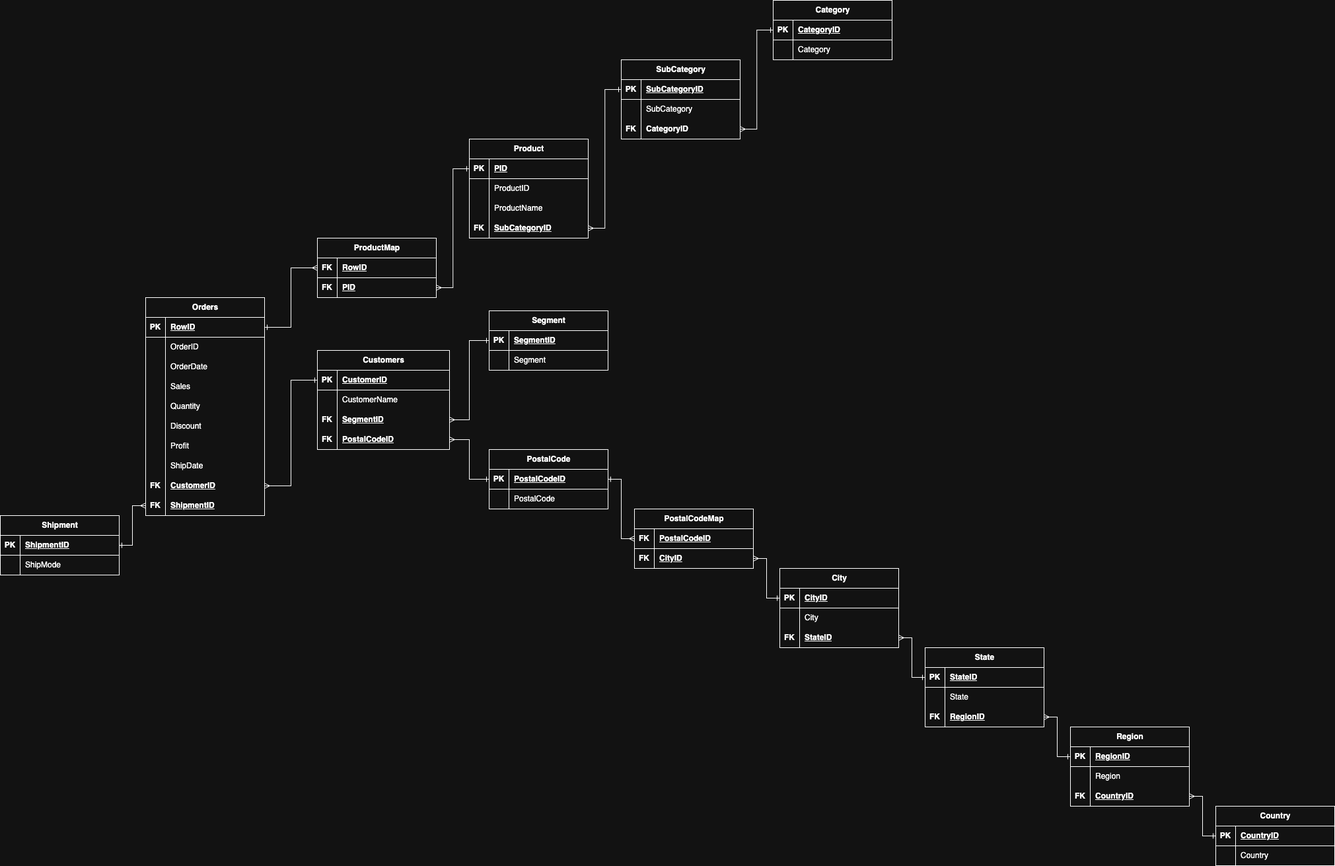
The-DigitalAcademy/superstore_dataset_analysis keeps this draw.io diagram as superstore_erd.png. Above is the earlier version. Source tidied: cells renumbered, new cells last; positions are measured from the earlier drawing's top-left corner, leaving out a move shared by most shapes.
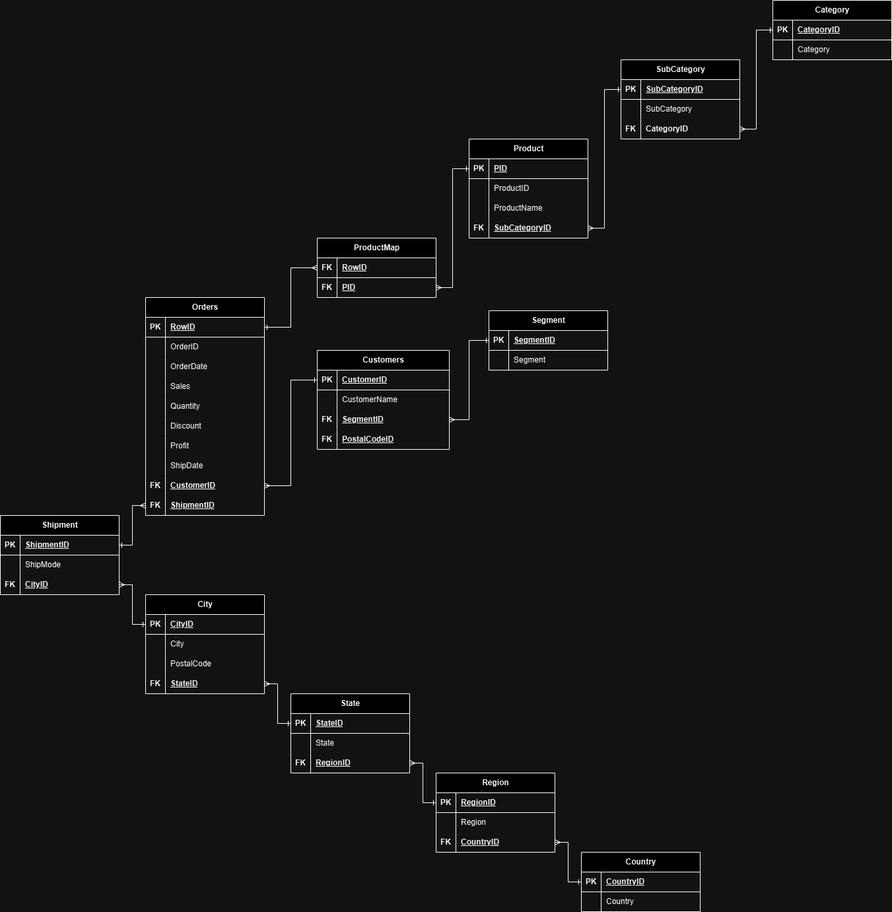
Later version of the same file.

Diff of the diagram source:
```diff
@@ -174,7 +174,7 @@
       <mxGeometry x="30" width="150" height="30" as="geometry" />
     </mxCell>
     <mxCell id="59" value="State" style="shape=table;startSize=30;rowLines=0;fontStyle=1;align=center;html=1;" parent="1" vertex="1">
-      <mxGeometry x="1400" y="980" width="180" height="120" as="geometry" />
+      <mxGeometry x="440" y="1050" width="180" height="120" as="geometry" />
     </mxCell>
     <mxCell id="60" style="shape=tableRow;horizontal=0;startSize=0;swimlaneHead=0;swimlaneBody=0;fillColor=none;points=[[0,0.5],[1,0.5]];portConstraint=eastwest;top=0;left=0;right=0;bottom=1;" parent="59" vertex="1">
       <mxGeometry y="30" width="180" height="30" as="geometry" />
@@ -204,7 +204,7 @@
       <mxGeometry x="30" width="150" height="30" as="geometry" />
     </mxCell>
     <mxCell id="69" value="Region" style="shape=table;startSize=30;rowLines=0;fontStyle=1;align=center;html=1;" parent="1" vertex="1">
-      <mxGeometry x="1620" y="1100" width="180" height="120" as="geometry" />
+      <mxGeometry x="660" y="1170" width="180" height="120" as="geometry" />
     </mxCell>
     <mxCell id="70" style="shape=tableRow;horizontal=0;startSize=0;swimlaneHead=0;swimlaneBody=0;fillColor=none;points=[[0,0.5],[1,0.5]];portConstraint=eastwest;top=0;left=0;right=0;bottom=1;" parent="69" vertex="1">
       <mxGeometry y="30" width="180" height="30" as="geometry" />
@@ -234,7 +234,7 @@
       <mxGeometry x="30" width="150" height="30" as="geometry" />
     </mxCell>
     <mxCell id="79" value="Shipment" style="shape=table;startSize=30;rowLines=0;fontStyle=1;align=center;html=1;" parent="1" vertex="1">
-      <mxGeometry y="780" width="180" height="90" as="geometry" />
+      <mxGeometry y="780" width="180" height="120" as="geometry" />
     </mxCell>
     <mxCell id="80" style="shape=tableRow;horizontal=0;startSize=0;swimlaneHead=0;swimlaneBody=0;fillColor=none;points=[[0,0.5],[1,0.5]];portConstraint=eastwest;top=0;left=0;right=0;bottom=1;" parent="79" vertex="1">
       <mxGeometry y="30" width="180" height="30" as="geometry" />
@@ -254,6 +254,15 @@
     <mxCell id="85" value="ShipMode" style="shape=partialRectangle;fillColor=none;top=0;left=0;bottom=0;right=0;align=left;spacingLeft=6;overflow=hidden;whiteSpace=wrap;html=1;" parent="83" vertex="1">
       <mxGeometry x="30" width="150" height="30" as="geometry" />
     </mxCell>
+    <mxCell id="161" style="shape=tableRow;horizontal=0;startSize=0;swimlaneHead=0;swimlaneBody=0;fillColor=none;points=[[0,0.5],[1,0.5]];portConstraint=eastwest;top=0;left=0;right=0;bottom=0;" parent="79" vertex="1">
+      <mxGeometry y="90" width="180" height="30" as="geometry" />
+    </mxCell>
+    <mxCell id="162" value="&lt;b&gt;FK&lt;/b&gt;" style="shape=partialRectangle;fillColor=none;top=0;left=0;bottom=0;right=0;overflow=hidden;whiteSpace=wrap;html=1;" parent="161" vertex="1">
+      <mxGeometry width="30" height="30" as="geometry" />
+    </mxCell>
+    <mxCell id="147" value="&lt;b&gt;&lt;u&gt;CityID&lt;/u&gt;&lt;/b&gt;" style="shape=partialRectangle;fillColor=none;top=0;left=0;bottom=0;right=0;align=left;spacingLeft=6;overflow=hidden;whiteSpace=wrap;html=1;" parent="161" vertex="1">
+      <mxGeometry x="30" width="150" height="30" as="geometry" />
+    </mxCell>
     <mxCell id="86" value="Segment" style="shape=table;startSize=30;rowLines=0;fontStyle=1;align=center;html=1;" parent="1" vertex="1">
       <mxGeometry x="740" y="470" width="180" height="90" as="geometry" />
     </mxCell>
@@ -276,7 +285,7 @@
       <mxGeometry x="30" width="150" height="30" as="geometry" />
     </mxCell>
     <mxCell id="93" value="City" style="shape=table;startSize=30;rowLines=0;fontStyle=1;align=center;html=1;" parent="1" vertex="1">
-      <mxGeometry x="1180" y="860" width="180" height="120" as="geometry" />
+      <mxGeometry x="220" y="900" width="180" height="150" as="geometry" />
     </mxCell>
     <mxCell id="94" style="shape=tableRow;horizontal=0;startSize=0;swimlaneHead=0;swimlaneBody=0;fillColor=none;points=[[0,0.5],[1,0.5]];portConstraint=eastwest;top=0;left=0;right=0;bottom=1;" parent="93" vertex="1">
       <mxGeometry y="30" width="180" height="30" as="geometry" />
@@ -296,8 +305,17 @@
     <mxCell id="99" value="City" style="shape=partialRectangle;fillColor=none;top=0;left=0;bottom=0;right=0;align=left;spacingLeft=6;overflow=hidden;whiteSpace=wrap;html=1;" parent="97" vertex="1">
       <mxGeometry x="30" width="150" height="30" as="geometry" />
     </mxCell>
+    <mxCell id="163" style="shape=tableRow;horizontal=0;startSize=0;swimlaneHead=0;swimlaneBody=0;fillColor=none;top=0;left=0;right=0;bottom=0;" parent="93" vertex="1">
+      <mxGeometry y="90" width="180" height="30" as="geometry" />
+    </mxCell>
+    <mxCell id="125" style="shape=partialRectangle;fillColor=none;top=0;left=0;bottom=0;right=0;overflow=hidden;whiteSpace=wrap;html=1;" parent="163" vertex="1">
+      <mxGeometry width="30" height="30" as="geometry" />
+    </mxCell>
+    <mxCell id="126" value="PostalCode" style="shape=partialRectangle;fillColor=none;top=0;left=0;bottom=0;right=0;align=left;spacingLeft=6;overflow=hidden;whiteSpace=wrap;html=1;" parent="163" vertex="1">
+      <mxGeometry x="30" width="150" height="30" as="geometry" />
+    </mxCell>
     <mxCell id="100" style="shape=tableRow;horizontal=0;startSize=0;swimlaneHead=0;swimlaneBody=0;fillColor=none;points=[[0,0.5],[1,0.5]];portConstraint=eastwest;top=0;left=0;right=0;bottom=0;" parent="93" vertex="1">
-      <mxGeometry y="90" width="180" height="30" as="geometry" />
+      <mxGeometry y="120" width="180" height="30" as="geometry" />
     </mxCell>
     <mxCell id="101" value="&lt;b&gt;FK&lt;/b&gt;" style="shape=partialRectangle;fillColor=none;top=0;left=0;bottom=0;right=0;overflow=hidden;whiteSpace=wrap;html=1;" parent="100" vertex="1">
       <mxGeometry width="30" height="30" as="geometry" />
@@ -356,27 +374,6 @@
     <mxCell id="119" value="&lt;b&gt;CategoryID&lt;/b&gt;" style="shape=partialRectangle;fillColor=none;top=0;left=0;bottom=0;right=0;align=left;spacingLeft=6;overflow=hidden;whiteSpace=wrap;html=1;" parent="117" vertex="1">
       <mxGeometry x="30" width="150" height="30" as="geometry" />
     </mxCell>
-    <mxCell id="120" value="PostalCode" style="shape=table;startSize=30;rowLines=0;fontStyle=1;align=center;html=1;" parent="1" vertex="1">
-      <mxGeometry x="740" y="680" width="180" height="90" as="geometry" />
-    </mxCell>
-    <mxCell id="121" style="shape=tableRow;horizontal=0;startSize=0;swimlaneHead=0;swimlaneBody=0;fillColor=none;points=[[0,0.5],[1,0.5]];portConstraint=eastwest;top=0;left=0;right=0;bottom=1;" parent="120" vertex="1">
-      <mxGeometry y="30" width="180" height="30" as="geometry" />
-    </mxCell>
-    <mxCell id="122" value="PK" style="shape=partialRectangle;fillColor=none;top=0;left=0;bottom=0;right=0;fontStyle=1;overflow=hidden;whiteSpace=wrap;html=1;" parent="121" vertex="1">
-      <mxGeometry width="30" height="30" as="geometry" />
-    </mxCell>
-    <mxCell id="123" value="PostalCodeID" style="shape=partialRectangle;fillColor=none;top=0;left=0;bottom=0;right=0;align=left;spacingLeft=6;fontStyle=5;overflow=hidden;whiteSpace=wrap;html=1;" parent="121" vertex="1">
-      <mxGeometry x="30" width="150" height="30" as="geometry" />
-    </mxCell>
-    <mxCell id="124" style="shape=tableRow;horizontal=0;startSize=0;swimlaneHead=0;swimlaneBody=0;fillColor=none;top=0;left=0;right=0;bottom=0;" parent="120" vertex="1">
-      <mxGeometry y="60" width="180" height="30" as="geometry" />
-    </mxCell>
-    <mxCell id="125" style="shape=partialRectangle;fillColor=none;top=0;left=0;bottom=0;right=0;overflow=hidden;whiteSpace=wrap;html=1;" parent="124" vertex="1">
-      <mxGeometry width="30" height="30" as="geometry" />
-    </mxCell>
-    <mxCell id="126" value="PostalCode" style="shape=partialRectangle;fillColor=none;top=0;left=0;bottom=0;right=0;align=left;spacingLeft=6;overflow=hidden;whiteSpace=wrap;html=1;" parent="124" vertex="1">
-      <mxGeometry x="30" width="150" height="30" as="geometry" />
-    </mxCell>
     <mxCell id="127" value="ProductMap" style="shape=table;startSize=30;rowLines=0;fontStyle=1;align=center;html=1;" parent="1" vertex="1">
       <mxGeometry x="480" y="360" width="180" height="90" as="geometry" />
     </mxCell>
@@ -399,7 +396,7 @@
       <mxGeometry x="30" width="150" height="30" as="geometry" />
     </mxCell>
     <mxCell id="134" value="Country" style="shape=table;startSize=30;rowLines=0;fontStyle=1;align=center;html=1;" parent="1" vertex="1">
-      <mxGeometry x="1840" y="1220" width="180" height="90" as="geometry" />
+      <mxGeometry x="880" y="1290" width="180" height="90" as="geometry" />
     </mxCell>
     <mxCell id="135" style="shape=tableRow;horizontal=0;startSize=0;swimlaneHead=0;swimlaneBody=0;fillColor=none;points=[[0,0.5],[1,0.5]];portConstraint=eastwest;top=0;left=0;right=0;bottom=1;" parent="134" vertex="1">
       <mxGeometry y="30" width="180" height="30" as="geometry" />
@@ -419,33 +416,6 @@
     <mxCell id="140" value="Country" style="shape=partialRectangle;fillColor=none;top=0;left=0;bottom=0;right=0;align=left;spacingLeft=6;overflow=hidden;whiteSpace=wrap;html=1;" parent="138" vertex="1">
       <mxGeometry x="30" width="150" height="30" as="geometry" />
     </mxCell>
-    <mxCell id="141" value="PostalCodeMap" style="shape=table;startSize=30;rowLines=0;fontStyle=1;align=center;html=1;" parent="1" vertex="1">
-      <mxGeometry x="960" y="770" width="180" height="90" as="geometry" />
-    </mxCell>
-    <mxCell id="142" style="shape=tableRow;horizontal=0;startSize=0;swimlaneHead=0;swimlaneBody=0;fillColor=none;points=[[0,0.5],[1,0.5]];portConstraint=eastwest;top=0;left=0;right=0;bottom=1;" parent="141" vertex="1">
-      <mxGeometry y="30" width="180" height="30" as="geometry" />
-    </mxCell>
-    <mxCell id="143" value="FK" style="shape=partialRectangle;fillColor=none;top=0;left=0;bottom=0;right=0;fontStyle=1;overflow=hidden;whiteSpace=wrap;html=1;" parent="142" vertex="1">
-      <mxGeometry width="30" height="30" as="geometry" />
-    </mxCell>
-    <mxCell id="144" value="PostalCodeID" style="shape=partialRectangle;fillColor=none;top=0;left=0;bottom=0;right=0;align=left;spacingLeft=6;fontStyle=5;overflow=hidden;whiteSpace=wrap;html=1;" parent="142" vertex="1">
-      <mxGeometry x="30" width="150" height="30" as="geometry" />
-    </mxCell>
-    <mxCell id="145" style="shape=tableRow;horizontal=0;startSize=0;swimlaneHead=0;swimlaneBody=0;fillColor=none;points=[[0,0.5],[1,0.5]];portConstraint=eastwest;top=0;left=0;right=0;bottom=1;" parent="141" vertex="1">
-      <mxGeometry y="60" width="180" height="30" as="geometry" />
-    </mxCell>
-    <mxCell id="146" value="FK" style="shape=partialRectangle;fillColor=none;top=0;left=0;bottom=0;right=0;fontStyle=1;overflow=hidden;whiteSpace=wrap;html=1;" parent="145" vertex="1">
-      <mxGeometry width="30" height="30" as="geometry" />
-    </mxCell>
-    <mxCell id="147" value="CityID" style="shape=partialRectangle;fillColor=none;top=0;left=0;bottom=0;right=0;align=left;spacingLeft=6;fontStyle=5;overflow=hidden;whiteSpace=wrap;html=1;" parent="145" vertex="1">
-      <mxGeometry x="30" width="150" height="30" as="geometry" />
-    </mxCell>
-    <mxCell id="148" style="edgeStyle=orthogonalEdgeStyle;rounded=0;jettySize=auto;html=1;exitX=0;exitY=0.5;exitDx=0;exitDy=0;entryX=1;entryY=0.5;entryDx=0;entryDy=0;endArrow=ERmany;endFill=0;startArrow=ERone;startFill=0;" parent="1" edge="1" source="94" target="145">
-      <mxGeometry relative="1" as="geometry" />
-    </mxCell>
-    <mxCell id="149" style="edgeStyle=orthogonalEdgeStyle;rounded=0;jettySize=auto;html=1;exitX=1;exitY=0.5;exitDx=0;exitDy=0;entryX=0;entryY=0.5;entryDx=0;entryDy=0;endArrow=ERmany;endFill=0;startArrow=ERone;startFill=0;" parent="1" edge="1" source="121" target="142">
-      <mxGeometry relative="1" as="geometry" />
-    </mxCell>
     <mxCell id="150" style="edgeStyle=orthogonalEdgeStyle;rounded=0;jettySize=auto;html=1;exitX=0;exitY=0.5;exitDx=0;exitDy=0;entryX=1;entryY=0.5;entryDx=0;entryDy=0;endArrow=ERmany;endFill=0;startArrow=ERone;startFill=0;" parent="1" edge="1" source="60" target="100">
       <mxGeometry relative="1" as="geometry" />
     </mxCell>
@@ -455,9 +425,6 @@
     <mxCell id="152" style="edgeStyle=orthogonalEdgeStyle;rounded=0;jettySize=auto;html=1;exitX=0;exitY=0.5;exitDx=0;exitDy=0;entryX=1;entryY=0.5;entryDx=0;entryDy=0;endArrow=ERmany;endFill=0;startArrow=ERone;startFill=0;" parent="1" edge="1" source="135" target="76">
       <mxGeometry relative="1" as="geometry" />
     </mxCell>
-    <mxCell id="153" style="edgeStyle=orthogonalEdgeStyle;rounded=0;jettySize=auto;html=1;exitX=0;exitY=0.5;exitDx=0;exitDy=0;entryX=1;entryY=0.5;entryDx=0;entryDy=0;endArrow=ERmany;endFill=0;startArrow=ERone;startFill=0;" parent="1" edge="1" source="121" target="12">
-      <mxGeometry relative="1" as="geometry" />
-    </mxCell>
     <mxCell id="154" style="edgeStyle=orthogonalEdgeStyle;rounded=0;jettySize=auto;html=1;exitX=0;exitY=0.5;exitDx=0;exitDy=0;entryX=1;entryY=0.5;entryDx=0;entryDy=0;endArrow=ERmany;endFill=0;startArrow=ERone;startFill=0;" parent="1" edge="1" source="87" target="9">
       <mxGeometry relative="1" as="geometry" />
     </mxCell>
@@ -479,5 +446,8 @@
     <mxCell id="160" style="edgeStyle=orthogonalEdgeStyle;rounded=0;jettySize=auto;html=1;exitX=0;exitY=0.5;exitDx=0;exitDy=0;entryX=1;entryY=0.5;entryDx=0;entryDy=0;endArrow=ERmany;endFill=0;startArrow=ERone;startFill=0;" parent="1" edge="1" source="104" target="117">
       <mxGeometry relative="1" as="geometry" />
     </mxCell>
+    <mxCell id="164" style="edgeStyle=orthogonalEdgeStyle;rounded=0;jettySize=auto;html=1;exitX=0;exitY=0.5;exitDx=0;exitDy=0;entryX=1;entryY=0.5;entryDx=0;entryDy=0;endArrow=ERmany;endFill=0;startArrow=ERone;startFill=0;" parent="1" edge="1" source="94" target="161">
+      <mxGeometry relative="1" as="geometry" />
+    </mxCell>
   </root>
 </mxGraphModel>
```
